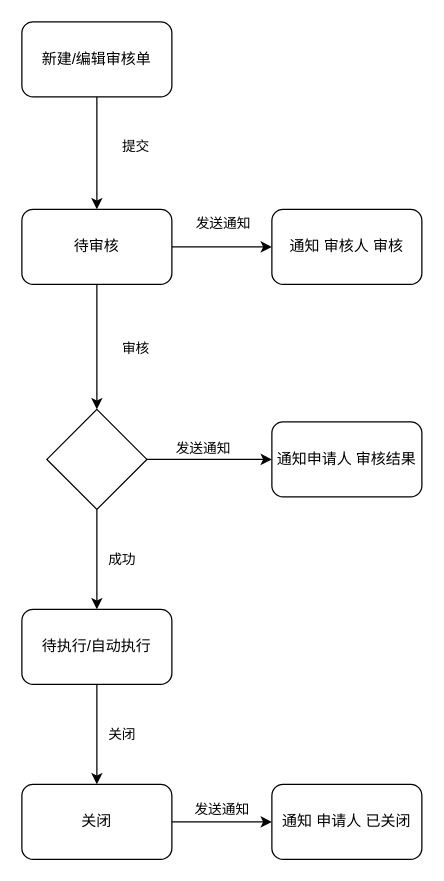
Before: apps/approval/docs/flow.drawio in infraboard/mpaas, a draw.io diagram. Source tidied: cells renumbered, new cells numbered last; positions are measured from the earlier drawing's top-left corner, leaving out a move shared by most shapes. Both pictures are drawn from the tidied source at 125%, with x=0, y=0 at pixel (21, 21).
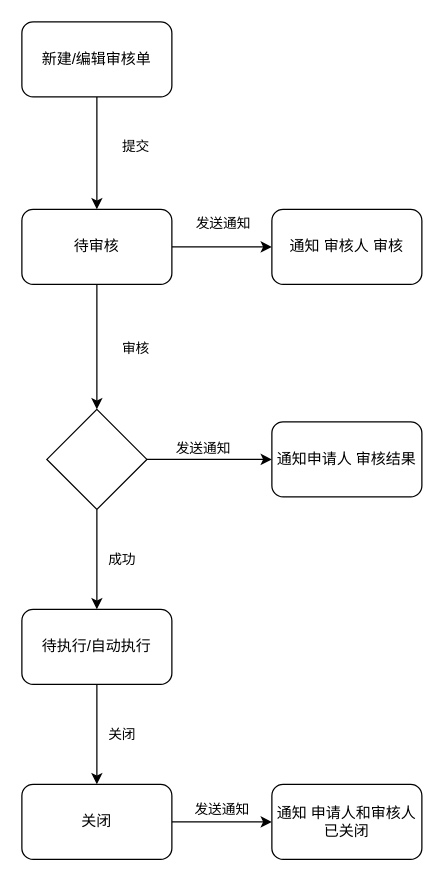
After the change.

Diff of the diagram source:
```diff
@@
-    <mxCell id="20" value="通知 申请人 已关闭" style="rounded=1;whiteSpace=wrap;html=1;" parent="1" vertex="1">
+    <mxCell id="20" value="通知 申请人和审核人 已关闭" style="rounded=1;whiteSpace=wrap;html=1;" parent="1" vertex="1">
       <mxGeometry x="200" y="610" width="120" height="60" as="geometry" />
     </mxCell>
```
